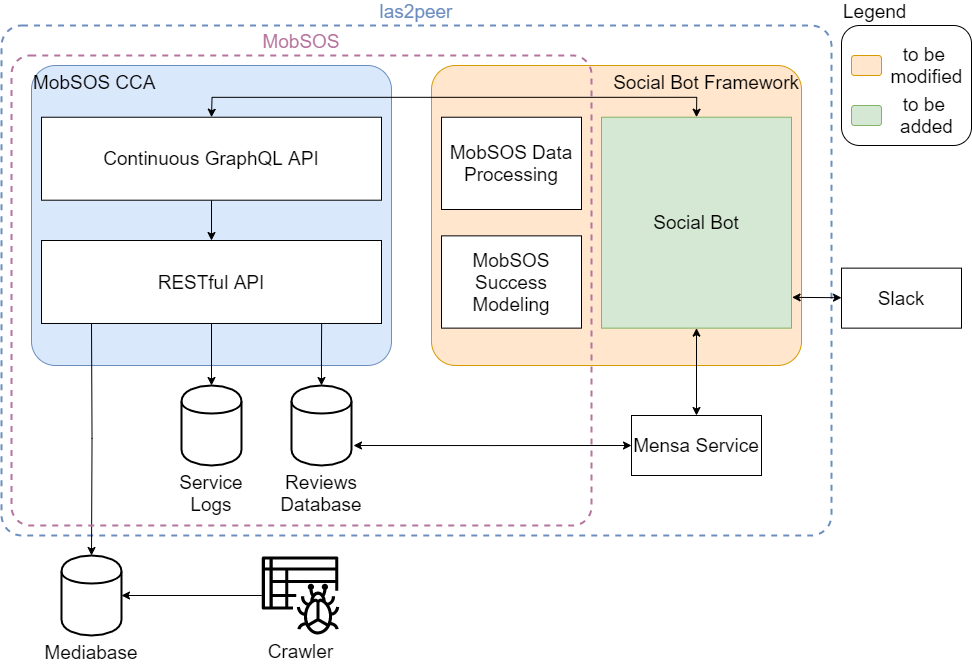
Before: figures/realization/components_overview.png, a diagram exported from draw.io (lakhoune/bachelor-thesis). Source tidied: cells renumbered, new cells last; positions are measured from the earlier drawing's top-left corner, leaving out a move shared by most shapes.
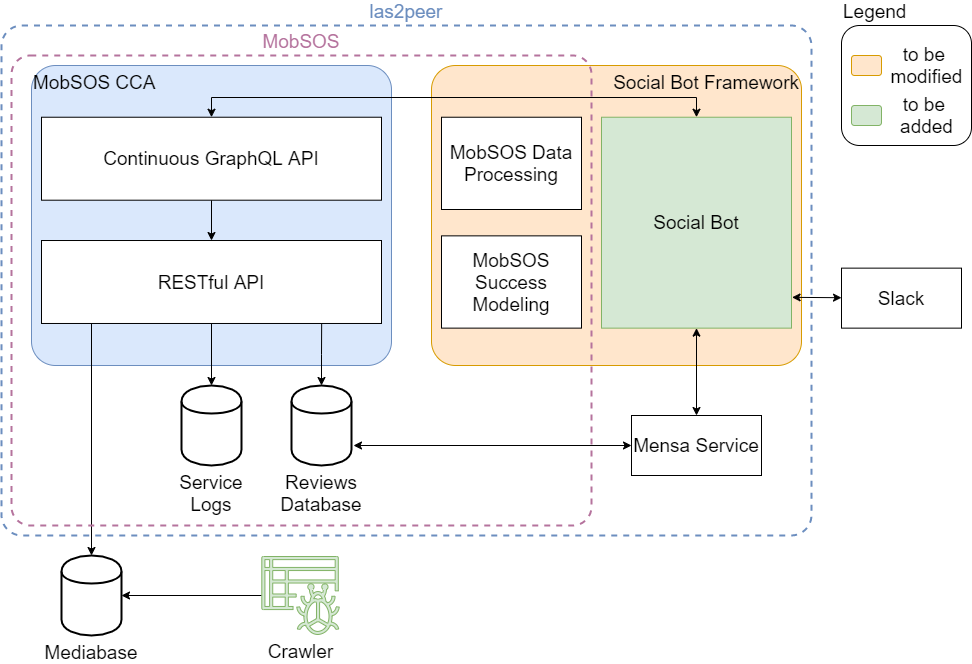
Later version of the same file.

The edit, as a diff of the source:
```diff
@@ -3,7 +3,7 @@
     <mxCell id="0" />
     <mxCell id="1" parent="0" />
     <mxCell id="2" value="las2peer" style="rounded=1;whiteSpace=wrap;html=1;strokeWidth=2;fillColor=none;fontSize=19;align=center;labelPosition=center;verticalLabelPosition=top;verticalAlign=bottom;dashed=1;arcSize=4;strokeColor=#6C8EBF;fontColor=#6C8EBF;" parent="1" vertex="1">
-      <mxGeometry width="830" height="510" as="geometry" />
+      <mxGeometry width="810" height="510" as="geometry" />
     </mxCell>
     <mxCell id="3" style="edgeStyle=orthogonalEdgeStyle;rounded=0;jettySize=auto;html=1;exitX=0;exitY=0.5;exitDx=0;exitDy=0;startArrow=classic;startFill=1;endArrow=classic;endFill=1;fontSize=19;fontColor=#B5739D;" parent="1" edge="1" source="4">
       <mxGeometry relative="1" as="geometry">
@@ -68,7 +68,7 @@
         <mxPoint x="120" y="570" as="targetPoint" />
       </mxGeometry>
     </mxCell>
-    <mxCell id="22" value="Crawler" style="outlineConnect=0;fontColor=#000000;gradientColor=none;fillColor=#000000;strokeColor=none;dashed=0;verticalLabelPosition=bottom;verticalAlign=top;align=center;html=1;fontSize=19;fontStyle=0;shape=mxgraph.aws4.glue_crawlers;rounded=1;" parent="1" vertex="1">
+    <mxCell id="22" value="Crawler" style="outlineConnect=0;fillColor=#d5e8d4;strokeColor=#82b366;dashed=0;verticalLabelPosition=bottom;verticalAlign=top;align=center;html=1;fontSize=19;fontStyle=0;shape=mxgraph.aws4.glue_crawlers;rounded=1;" parent="1" vertex="1">
       <mxGeometry x="260" y="531" width="78" height="78" as="geometry" />
     </mxCell>
     <mxCell id="23" style="rounded=0;jettySize=auto;html=1;entryX=1.003;entryY=0.854;entryDx=0;entryDy=0;startArrow=classic;startFill=1;endArrow=classic;endFill=1;fontSize=19;fontColor=#000000;entryPerimeter=0;" parent="1" edge="1" source="24" target="25">
```
